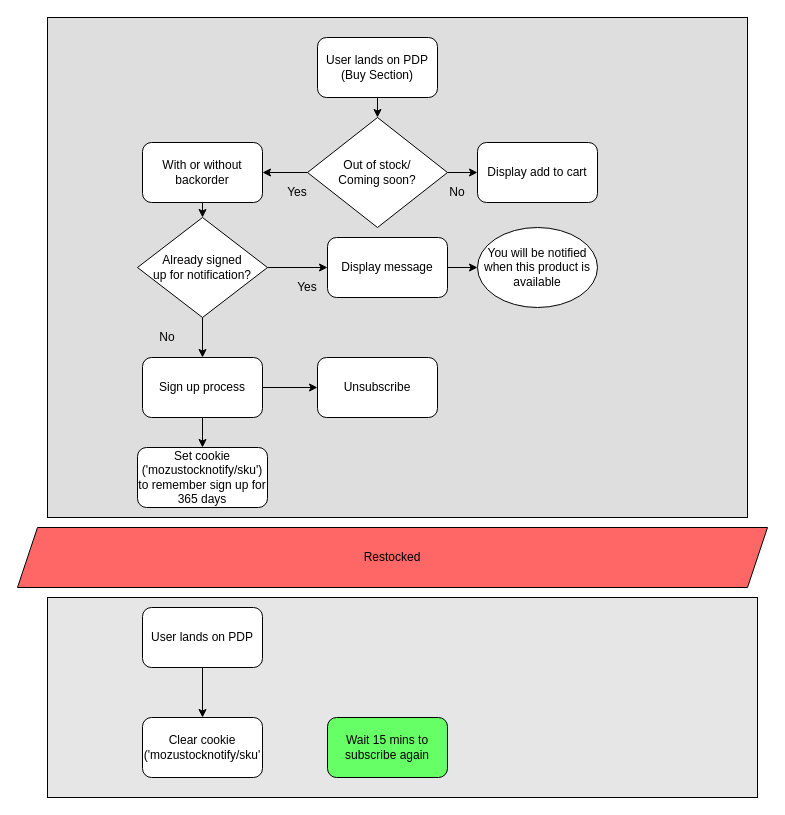
Earlier version of the draw.io diagram Untitled Diagram.drawio (jogit82/Fox). Source tidied: cells renumbered, new cells numbered last; positions are measured from the earlier drawing's top-left corner, leaving out a move shared by most shapes. Both pictures are drawn from the tidied source at 100%, with x=0, y=0 at pixel (17, 17).
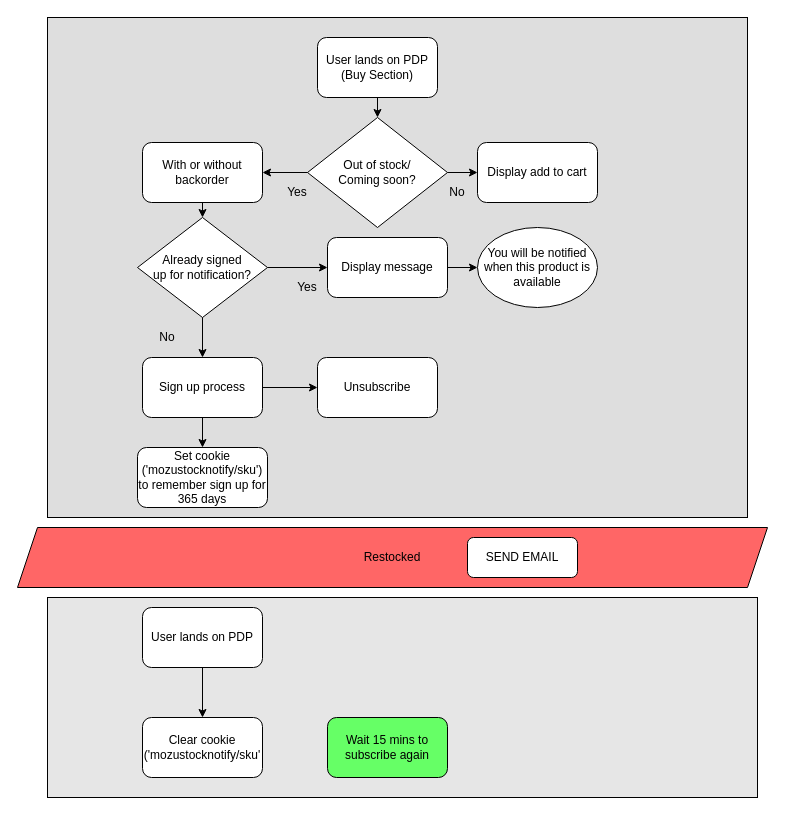
Above is the later version.

The edit, as a diff of the source:
```diff
@@
+    <mxCell id="32" value="SEND EMAIL" style="rounded=1;whiteSpace=wrap;html=1;" parent="1" vertex="1">
+      <mxGeometry x="450" y="520" width="110" height="40" as="geometry" />
+    </mxCell>
```
